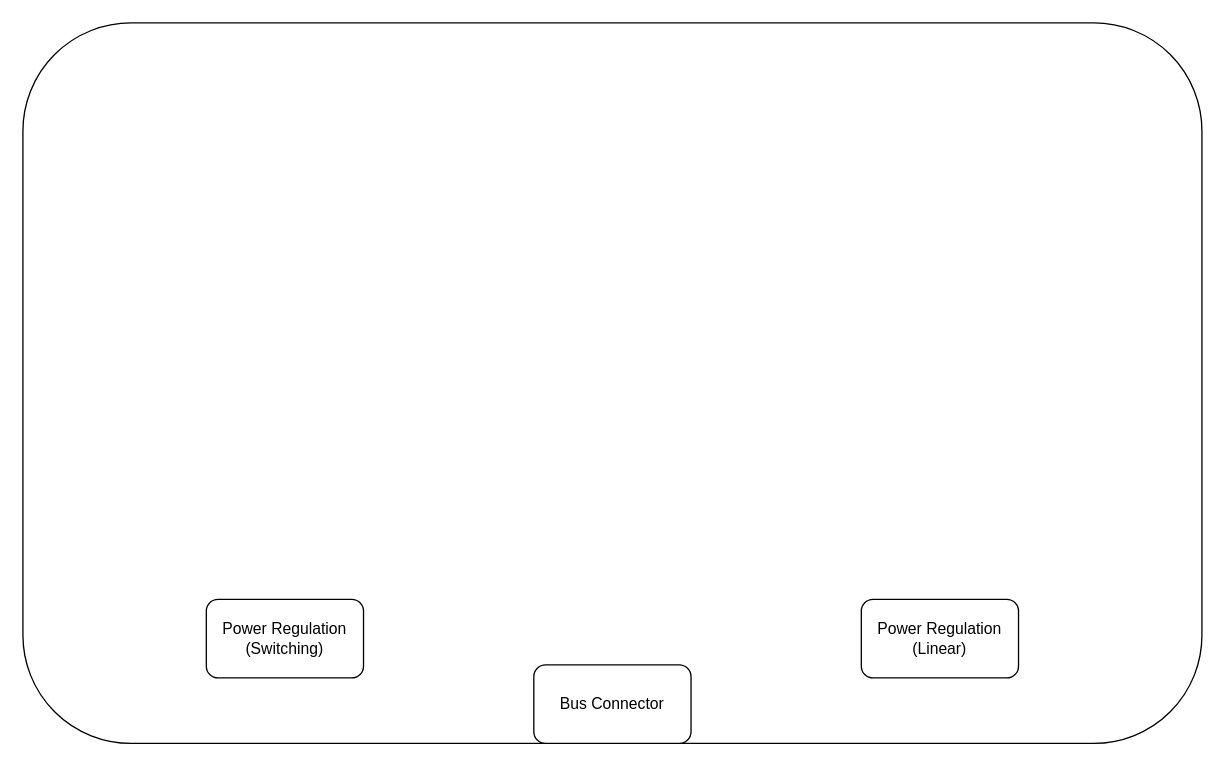
Earlier version of the draw.io diagram rt-ihu-block-diagram.drawio (zmetzing/rt-ihu). Source tidied: cells renumbered, new cells numbered last; positions are measured from the earlier drawing's top-left corner, leaving out a move shared by most shapes. Both pictures are drawn from the tidied source at 131%, with x=0, y=0 at pixel (22, 22).
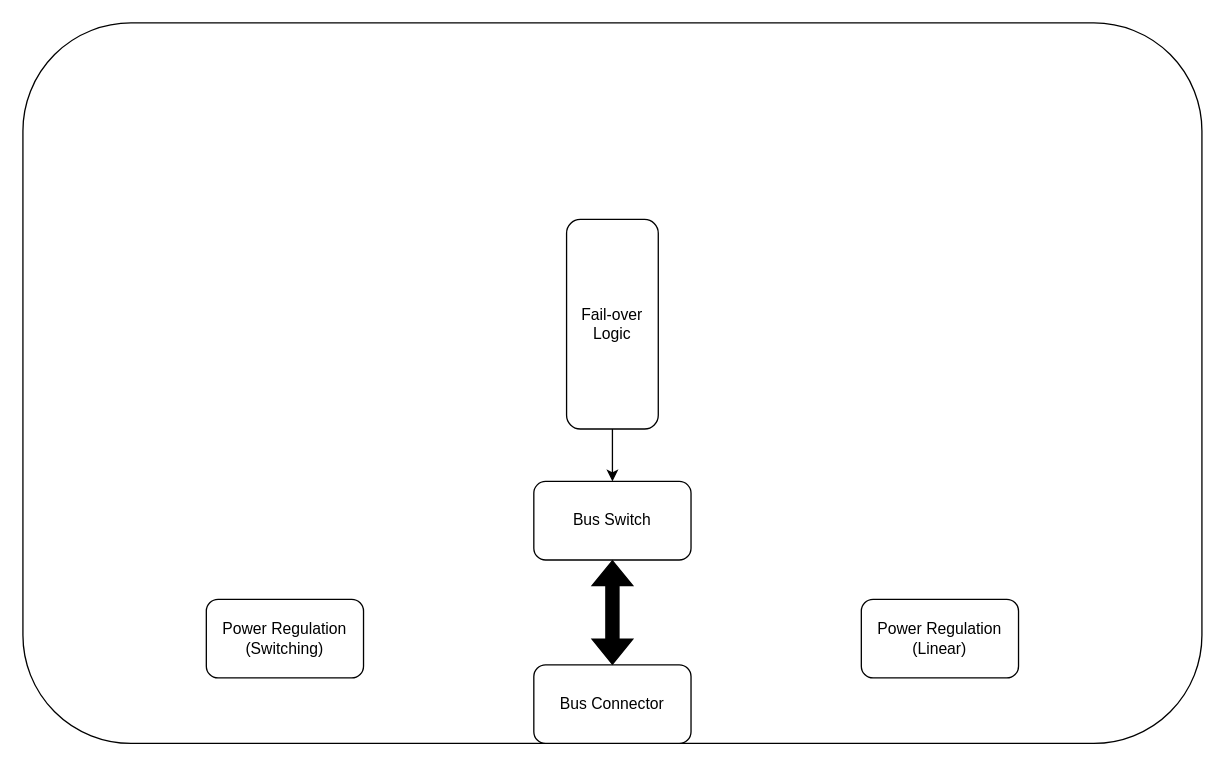
The same page after the edit.

The edit, as a diff of the source:
```diff
@@
 <mxGraphModel>
   <root>
     <mxCell id="0" />
     <mxCell id="1" parent="0" />
     <mxCell id="2" style="rounded=1;whiteSpace=wrap;html=1;" parent="1" vertex="1">
       <mxGeometry width="900" height="550" as="geometry" />
     </mxCell>
     <mxCell id="3" value="&lt;div&gt;Bus Connector&lt;/div&gt;" style="rounded=1;whiteSpace=wrap;html=1;" parent="1" vertex="1">
       <mxGeometry x="390" y="490" width="120" height="60" as="geometry" />
     </mxCell>
     <mxCell id="4" value="&lt;div&gt;Power Regulation&lt;/div&gt;&lt;div&gt;(Switching)&lt;/div&gt;" style="rounded=1;whiteSpace=wrap;html=1;" parent="1" vertex="1">
       <mxGeometry x="140" y="440" width="120" height="60" as="geometry" />
     </mxCell>
     <mxCell id="5" value="&lt;div&gt;Power Regulation&lt;/div&gt;&lt;div&gt;(Linear)&lt;/div&gt;" style="rounded=1;whiteSpace=wrap;html=1;" parent="1" vertex="1">
       <mxGeometry x="640" y="440" width="120" height="60" as="geometry" />
     </mxCell>
+    <mxCell id="6" style="edgeStyle=orthogonalEdgeStyle;rounded=0;jettySize=auto;html=1;exitX=0.5;exitY=1;exitDx=0;exitDy=0;" parent="1" edge="1" source="7" target="8">
+      <mxGeometry relative="1" as="geometry" />
+    </mxCell>
+    <mxCell id="7" value="Fail-over Logic" style="rounded=1;whiteSpace=wrap;html=1;" parent="1" vertex="1">
+      <mxGeometry x="415" y="150" width="70" height="160" as="geometry" />
+    </mxCell>
+    <mxCell id="8" value="Bus Switch" style="rounded=1;whiteSpace=wrap;html=1;" parent="1" vertex="1">
+      <mxGeometry x="390" y="350" width="120" height="60" as="geometry" />
+    </mxCell>
+    <mxCell id="9" style="shape=flexArrow;endArrow=classic;startArrow=classic;html=1;rounded=0;exitX=0.5;exitY=0;exitDx=0;exitDy=0;entryX=0.5;entryY=1;entryDx=0;entryDy=0;fillColor=#000000;" parent="1" edge="1" source="3" target="8">
+      <mxGeometry relative="1" as="geometry" />
+    </mxCell>
   </root>
 </mxGraphModel>
```
